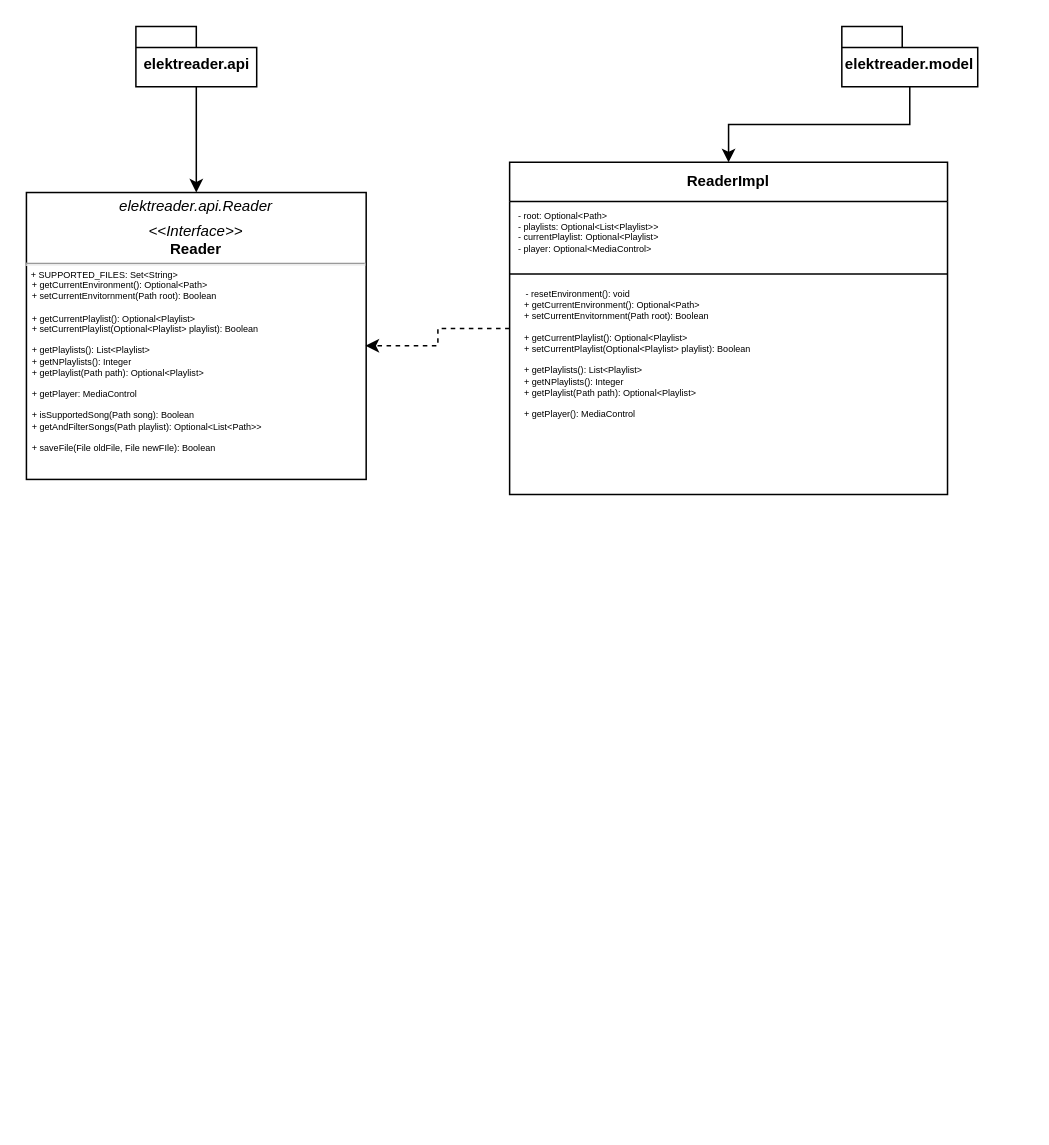
Before: UMLDiagram.drawio in pallax03/OOP23-ElektReader, a draw.io diagram. Source tidied: cells renumbered, new cells numbered last; positions are measured from the earlier drawing's top-left corner, leaving out a move shared by most shapes. Both pictures are drawn from the tidied source at 151%, with x=0, y=0 at pixel (26, 26).
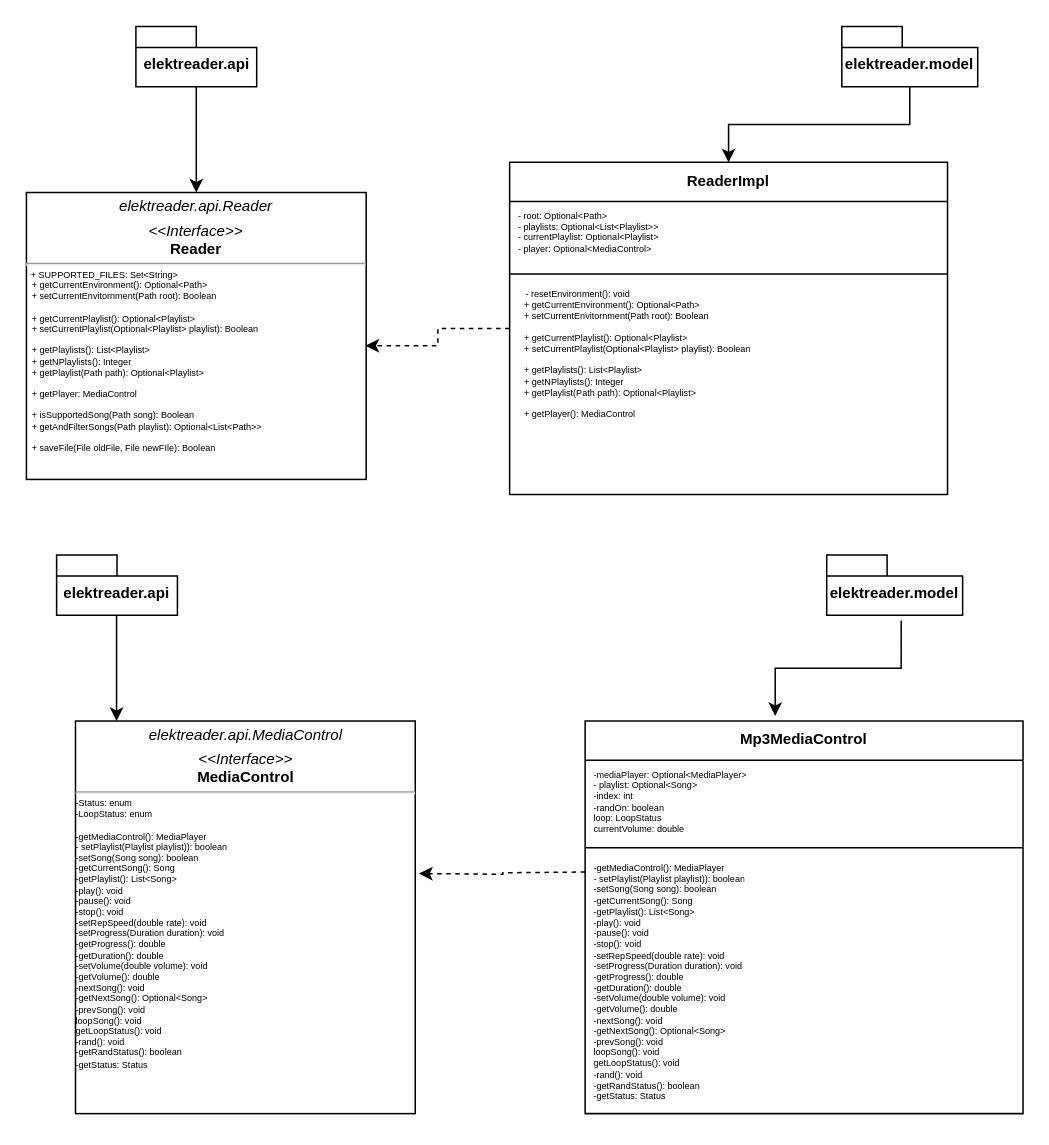
The same page after the edit.

Change to the diagram source:
```diff
@@
+    <mxCell id="12" value="&lt;font style=&quot;font-size: 10px;&quot;&gt;elektreader.model&lt;/font&gt;" style="shape=folder;fontStyle=1;spacingTop=10;tabWidth=40;tabHeight=14;tabPosition=left;html=1;whiteSpace=wrap;fontSize=8;" parent="1" vertex="1">
+      <mxGeometry x="530" y="350" width="90" height="40" as="geometry" />
+    </mxCell>
+    <mxCell id="13" value="&lt;font style=&quot;font-size: 10px;&quot;&gt;Mp3MediaControl&lt;/font&gt;" style="swimlane;fontStyle=1;align=center;verticalAlign=top;horizontal=1;startSize=26;whiteSpace=wrap;html=1;fontSize=6;" parent="1" vertex="1">
+      <mxGeometry x="370" y="460" width="290" height="260" as="geometry" />
+    </mxCell>
+    <mxCell id="14" value="-mediaPlayer: Optional&amp;lt;MediaPlayer&amp;gt;&lt;br&gt;- playlist: Optional&amp;lt;Song&amp;gt;&lt;br&gt;-index: int&lt;br&gt;-randOn: boolean&lt;br&gt;loop: LoopStatus&lt;br&gt;currentVolume: double&lt;br&gt;" style="text;strokeColor=none;fillColor=none;align=left;verticalAlign=top;spacingLeft=4;spacingRight=4;overflow=hidden;whiteSpace=wrap;html=1;fontSize=6;" parent="13" vertex="1">
+      <mxGeometry y="26" width="290" height="54" as="geometry" />
+    </mxCell>
+    <mxCell id="15" style="line;strokeWidth=1;fillColor=none;align=left;verticalAlign=middle;spacingTop=-1;spacingLeft=3;spacingRight=3;labelPosition=right;strokeColor=inherit;fontSize=6;" parent="13" vertex="1">
+      <mxGeometry y="80" width="290" height="8" as="geometry" />
+    </mxCell>
+    <mxCell id="16" value="-getMediaControl(): MediaPlayer&lt;br&gt;- setPlaylist(Playlist playlist)): boolean&lt;br&gt;-setSong(Song song): boolean&lt;br&gt;-getCurrentSong(): Song&lt;br&gt;-getPlaylist(): List&amp;lt;Song&amp;gt;&lt;br&gt;-play(): void&lt;br&gt;-pause(): void&lt;br&gt;-stop(): void&lt;br&gt;-setRepSpeed(double rate): void&lt;br&gt;-setProgress(Duration duration): void&lt;br&gt;-getProgress(): double&lt;br&gt;-getDuration(): double&lt;br&gt;-setVolume(double volume): void&lt;br&gt;-getVolume(): double&lt;br&gt;-nextSong(): void&lt;br&gt;-getNextSong(): Optional&amp;lt;Song&amp;gt;&lt;br&gt;-prevSong(): void&lt;br&gt;loopSong(): void&lt;br&gt;getLoopStatus(): void&lt;br&gt;-rand(): void&lt;br&gt;-getRandStatus(): boolean&lt;br&gt;-getStatus: Status" style="text;strokeColor=none;fillColor=none;align=left;verticalAlign=top;spacingLeft=4;spacingRight=4;overflow=hidden;whiteSpace=wrap;html=1;fontSize=6;" parent="13" vertex="1">
+      <mxGeometry y="88" width="290" height="172" as="geometry" />
+    </mxCell>
+    <mxCell id="17" style="edgeStyle=orthogonalEdgeStyle;rounded=0;orthogonalLoop=1;jettySize=auto;html=1;dashed=1;" parent="1" edge="1">
+      <mxGeometry relative="1" as="geometry">
+        <mxPoint x="370" y="560" as="sourcePoint" />
+        <mxPoint x="260" y="561" as="targetPoint" />
+      </mxGeometry>
+    </mxCell>
+    <mxCell id="18" style="edgeStyle=orthogonalEdgeStyle;rounded=0;jettySize=auto;html=1;entryX=0.434;entryY=-0.013;entryDx=0;entryDy=0;entryPerimeter=0;exitX=0.548;exitY=1.085;exitDx=0;exitDy=0;exitPerimeter=0;" parent="1" edge="1" source="12" target="13">
+      <mxGeometry relative="1" as="geometry" />
+    </mxCell>
+    <mxCell id="19" value="elektreader.api" style="shape=folder;fontStyle=1;spacingTop=10;tabWidth=40;tabHeight=14;tabPosition=left;html=1;whiteSpace=wrap;fontSize=10;" parent="1" vertex="1">
+      <mxGeometry x="20" y="350" width="80" height="40" as="geometry" />
+    </mxCell>
+    <mxCell id="20" style="edgeStyle=orthogonalEdgeStyle;rounded=0;orthogonalLoop=1;jettySize=auto;html=1;exitX=0.5;exitY=1;exitDx=0;exitDy=0;exitPerimeter=0;" parent="1" edge="1">
+      <mxGeometry relative="1" as="geometry">
+        <mxPoint x="59.7" y="390" as="sourcePoint" />
+        <mxPoint x="59.7" y="460" as="targetPoint" />
+      </mxGeometry>
+    </mxCell>
+    <mxCell id="21" value="&lt;p style=&quot;margin: 4px 0px 0px; text-align: center; font-size: 10px;&quot;&gt;&lt;i style=&quot;&quot;&gt;&lt;font style=&quot;font-size: 10px;&quot;&gt;elektreader.api.MediaControl&lt;/font&gt;&lt;/i&gt;&lt;/p&gt;&lt;p style=&quot;margin: 4px 0px 0px; text-align: center; font-size: 10px;&quot;&gt;&lt;font style=&quot;font-size: 10px;&quot;&gt;&lt;i style=&quot;&quot;&gt;&amp;lt;&amp;lt;Interface&amp;gt;&amp;gt;&lt;/i&gt;&lt;br style=&quot;&quot;&gt;&lt;b style=&quot;&quot;&gt;MediaControl&lt;/b&gt;&lt;/font&gt;&lt;/p&gt;&lt;hr style=&quot;font-size: 6px;&quot;&gt;-Status: enum&lt;br&gt;-LoopStatus: enum&lt;br&gt;&amp;nbsp;&amp;nbsp;&lt;br&gt;-getMediaControl(): MediaPlayer&lt;br style=&quot;border-color: var(--border-color);&quot;&gt;- setPlaylist(Playlist playlist)): boolean&lt;br style=&quot;border-color: var(--border-color);&quot;&gt;-setSong(Song song): boolean&lt;br style=&quot;border-color: var(--border-color);&quot;&gt;-getCurrentSong(): Song&lt;br style=&quot;border-color: var(--border-color);&quot;&gt;-getPlaylist(): List&amp;lt;Song&amp;gt;&lt;br style=&quot;border-color: var(--border-color);&quot;&gt;-play(): void&lt;br style=&quot;border-color: var(--border-color);&quot;&gt;-pause(): void&lt;br style=&quot;border-color: var(--border-color);&quot;&gt;-stop(): void&lt;br style=&quot;border-color: var(--border-color);&quot;&gt;-setRepSpeed(double rate): void&lt;br style=&quot;border-color: var(--border-color);&quot;&gt;-setProgress(Duration duration): void&lt;br style=&quot;border-color: var(--border-color);&quot;&gt;-getProgress(): double&lt;br style=&quot;border-color: var(--border-color);&quot;&gt;-getDuration(): double&lt;br style=&quot;border-color: var(--border-color);&quot;&gt;-setVolume(double volume): void&lt;br style=&quot;border-color: var(--border-color);&quot;&gt;-getVolume(): double&lt;br style=&quot;border-color: var(--border-color);&quot;&gt;-nextSong(): void&lt;br style=&quot;border-color: var(--border-color);&quot;&gt;-getNextSong(): Optional&amp;lt;Song&amp;gt;&lt;br style=&quot;border-color: var(--border-color);&quot;&gt;-prevSong(): void&lt;br style=&quot;border-color: var(--border-color);&quot;&gt;loopSong(): void&lt;br style=&quot;border-color: var(--border-color);&quot;&gt;getLoopStatus(): void&lt;br style=&quot;border-color: var(--border-color);&quot;&gt;-rand(): void&lt;br style=&quot;border-color: var(--border-color);&quot;&gt;-getRandStatus(): boolean&lt;br style=&quot;border-color: var(--border-color);&quot;&gt;-getStatus: Status" style="verticalAlign=top;align=left;overflow=fill;fontSize=6;fontFamily=Helvetica;html=1;whiteSpace=wrap;" parent="1" vertex="1">
+      <mxGeometry x="32.5" y="460" width="225" height="260" as="geometry" />
+    </mxCell>
```
